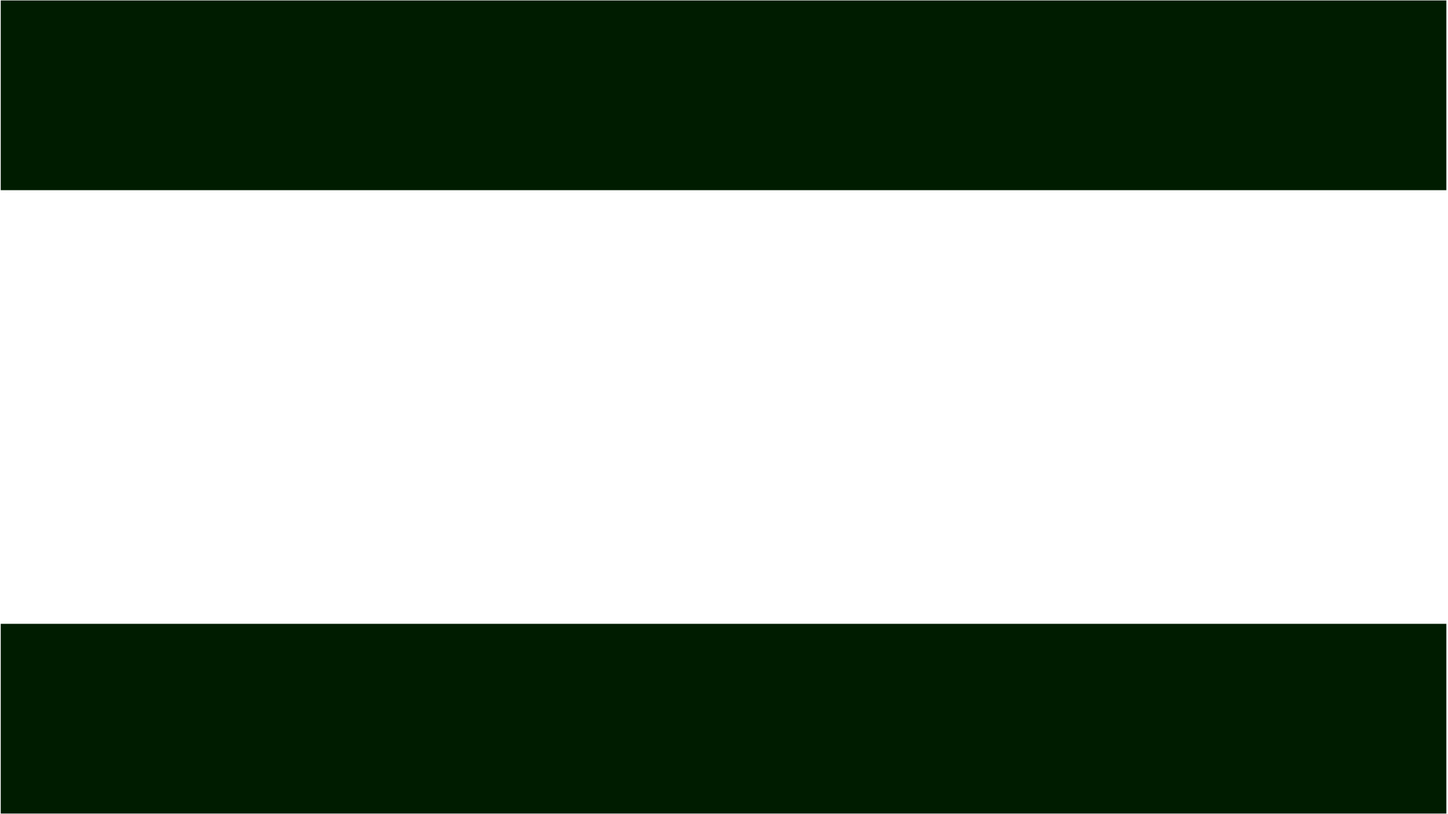
This is themes/images/slide-wide/light/slide-wide-light-title.drawio.svg from yiwkr/asciidoc-docs-tempalte, a draw.io export, as it was before one commit. Source tidied: cells renumbered, new cells last; positions are measured from the earlier drawing's top-left corner, leaving out a move shared by most shapes. The source it was exported from:
```xml
<mxGraphModel>
  <root>
    <mxCell id="0" />
    <mxCell id="1" parent="0" />
    <mxCell id="2" style="rounded=0;whiteSpace=wrap;html=1;fillColor=none;strokeColor=none;" parent="1" vertex="1">
      <mxGeometry width="1600" height="900" as="geometry" />
    </mxCell>
    <mxCell id="3" style="rounded=0;whiteSpace=wrap;html=1;strokeColor=none;fillColor=#001C00;fontColor=#ffffff;" parent="1" vertex="1">
      <mxGeometry width="1600" height="210" as="geometry" />
    </mxCell>
    <mxCell id="4" style="rounded=0;whiteSpace=wrap;html=1;strokeColor=none;fillColor=#001C00;fontColor=#ffffff;" parent="1" vertex="1">
      <mxGeometry y="690" width="1600" height="210" as="geometry" />
    </mxCell>
  </root>
</mxGraphModel>
```
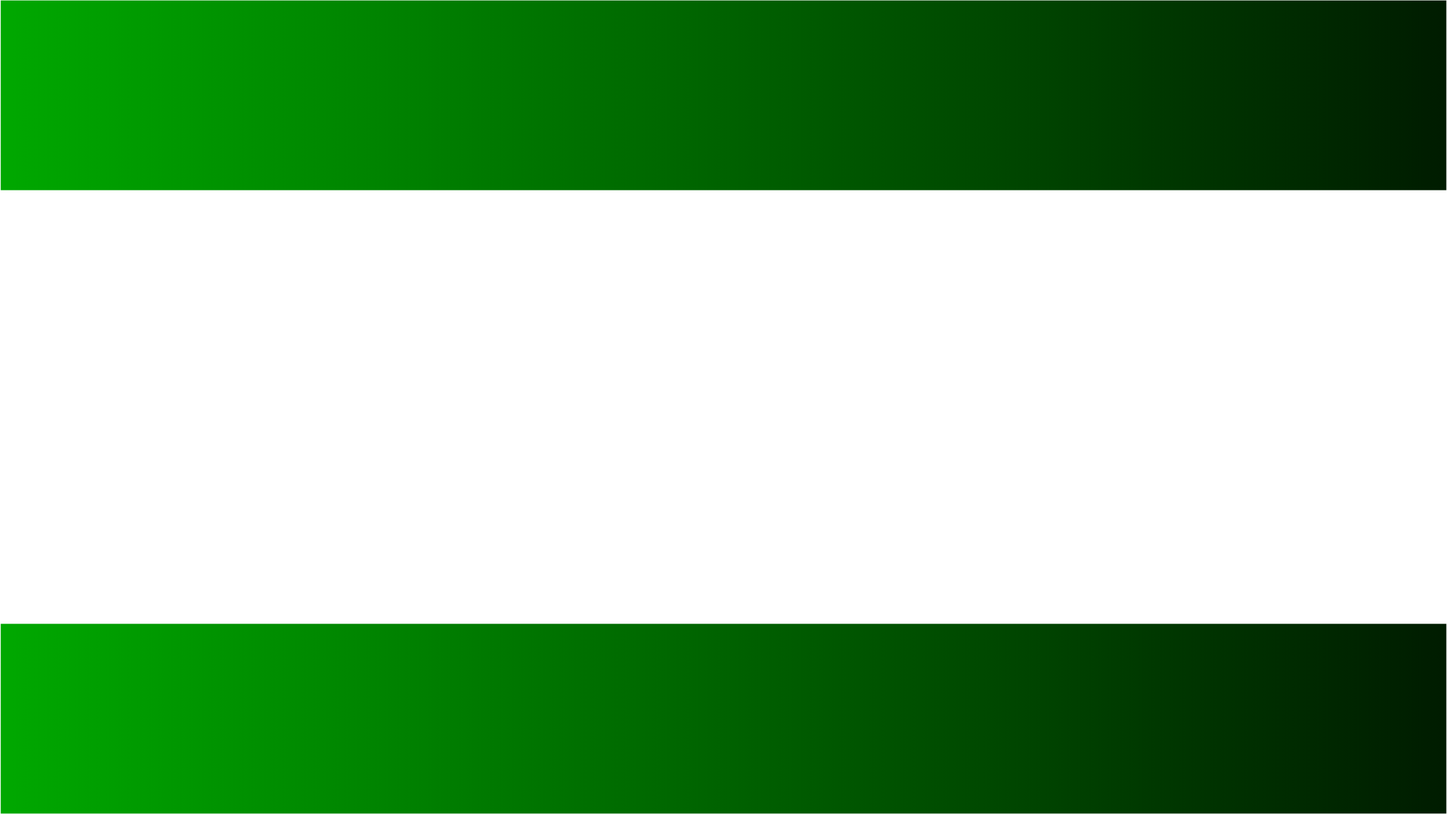
After the change.

The edit, as a diff of the source:
```diff
@@ -5,10 +5,10 @@
     <mxCell id="2" style="rounded=0;whiteSpace=wrap;html=1;fillColor=none;strokeColor=none;" parent="1" vertex="1">
       <mxGeometry width="1600" height="900" as="geometry" />
     </mxCell>
-    <mxCell id="3" style="rounded=0;whiteSpace=wrap;html=1;strokeColor=none;fillColor=#001C00;fontColor=#ffffff;" parent="1" vertex="1">
+    <mxCell id="3" style="rounded=0;whiteSpace=wrap;html=1;strokeColor=none;fillColor=#001C00;fontColor=#ffffff;gradientColor=#00a800;gradientDirection=west;" parent="1" vertex="1">
       <mxGeometry width="1600" height="210" as="geometry" />
     </mxCell>
-    <mxCell id="4" style="rounded=0;whiteSpace=wrap;html=1;strokeColor=none;fillColor=#001C00;fontColor=#ffffff;" parent="1" vertex="1">
+    <mxCell id="4" style="rounded=0;whiteSpace=wrap;html=1;strokeColor=none;fillColor=#001C00;fontColor=#ffffff;gradientColor=#00a800;gradientDirection=west;" parent="1" vertex="1">
       <mxGeometry y="690" width="1600" height="210" as="geometry" />
     </mxCell>
   </root>
```
